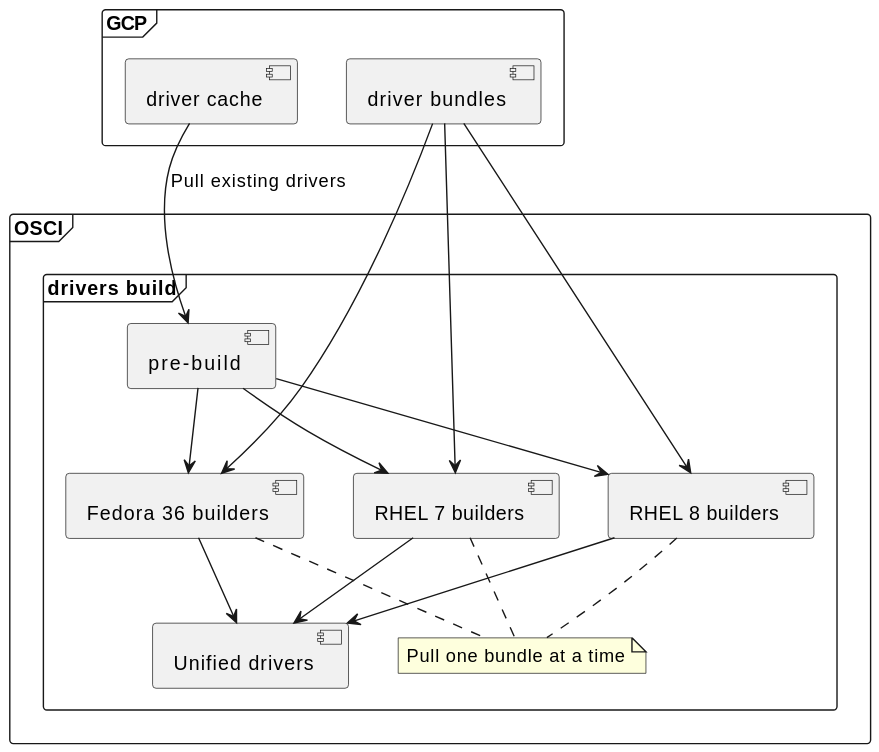
Before: docs/imgs/driver-build.svg, a diagram exported from PlantUML (stackrox/collector). Source of this version:
```plantuml
@startuml

frame "GCP" {
    component [driver cache] as dcache
    component [driver bundles] as dbundles
}

frame OSCI {
    frame "drivers build" {
        component [RHEL 7 builders] as rhel7
        component [RHEL 8 builders] as rhel8
        component [Fedora 36 builders] as fc36
        component [Unified drivers] as unified

        note as pullnote
            Pull one bundle at a time
        end note

        dcache --> [pre-build] : Pull existing drivers
        [pre-build] --> rhel7
        [pre-build] --> rhel8
        [pre-build] --> fc36
        dbundles --> rhel7
        dbundles --> rhel8
        dbundles --> fc36
        rhel7 --> unified
        rhel8 --> unified
        fc36 --> unified

        rhel7 .. pullnote
        rhel8 .. pullnote
        fc36 .. pullnote
    }
}
@enduml
```
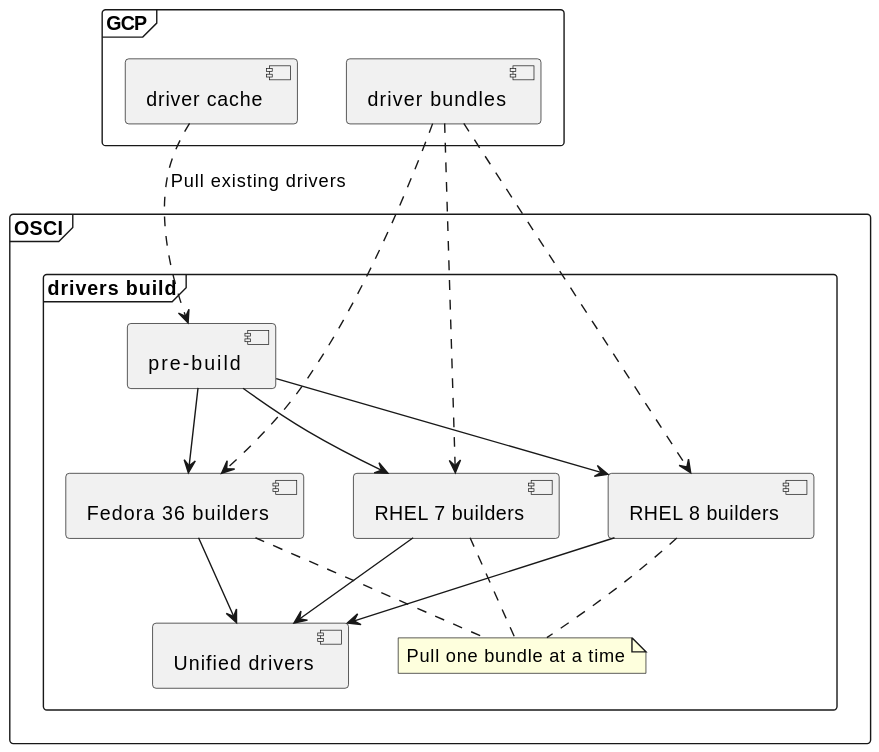
Above is the later version.

Commit message:
Use dotted lines for bundles and drivers

Diff of the diagram source:
```diff
@@ -16,13 +16,13 @@
             Pull one bundle at a time
         end note
 
-        dcache --> [pre-build] : Pull existing drivers
+        dcache -.> [pre-build] : Pull existing drivers
         [pre-build] --> rhel7
         [pre-build] --> rhel8
         [pre-build] --> fc36
-        dbundles --> rhel7
-        dbundles --> rhel8
-        dbundles --> fc36
+        dbundles ..> rhel7
+        dbundles ..> rhel8
+        dbundles ..> fc36
         rhel7 --> unified
         rhel8 --> unified
         fc36 --> unified
```
